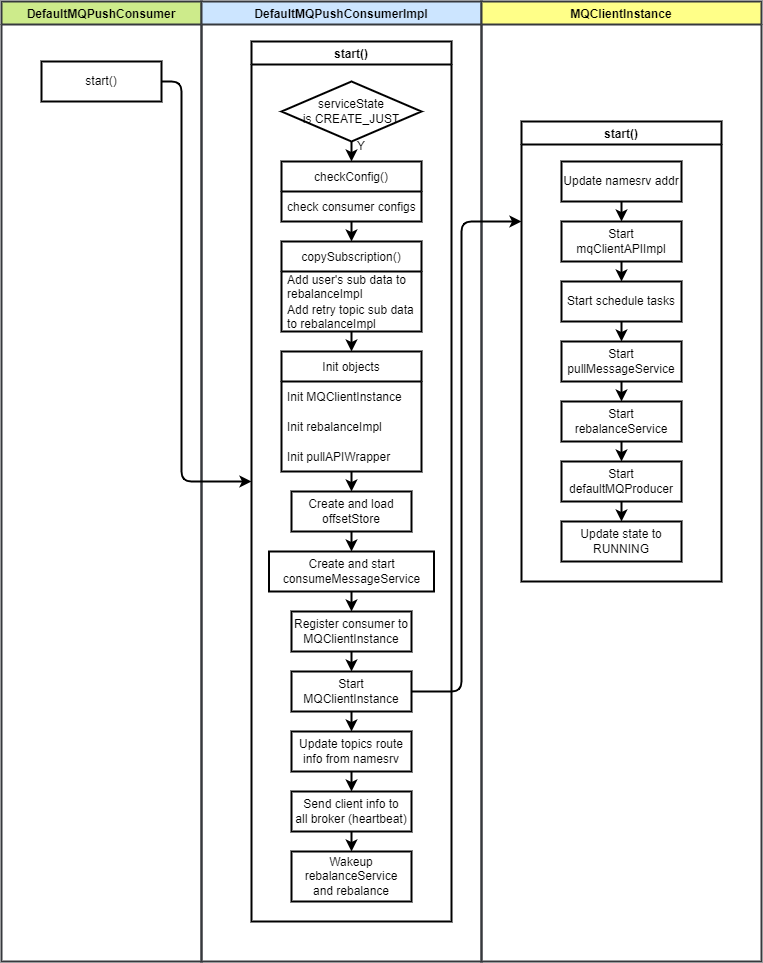
The draw.io diagram assets/rocketmq-consume-message/rocketmq-push-consumer-startup.drawio.png in HScarb/knowledge, before a commit. Source tidied: cells renumbered, new cells last; positions are measured from the earlier drawing's top-left corner, leaving out a move shared by most shapes.
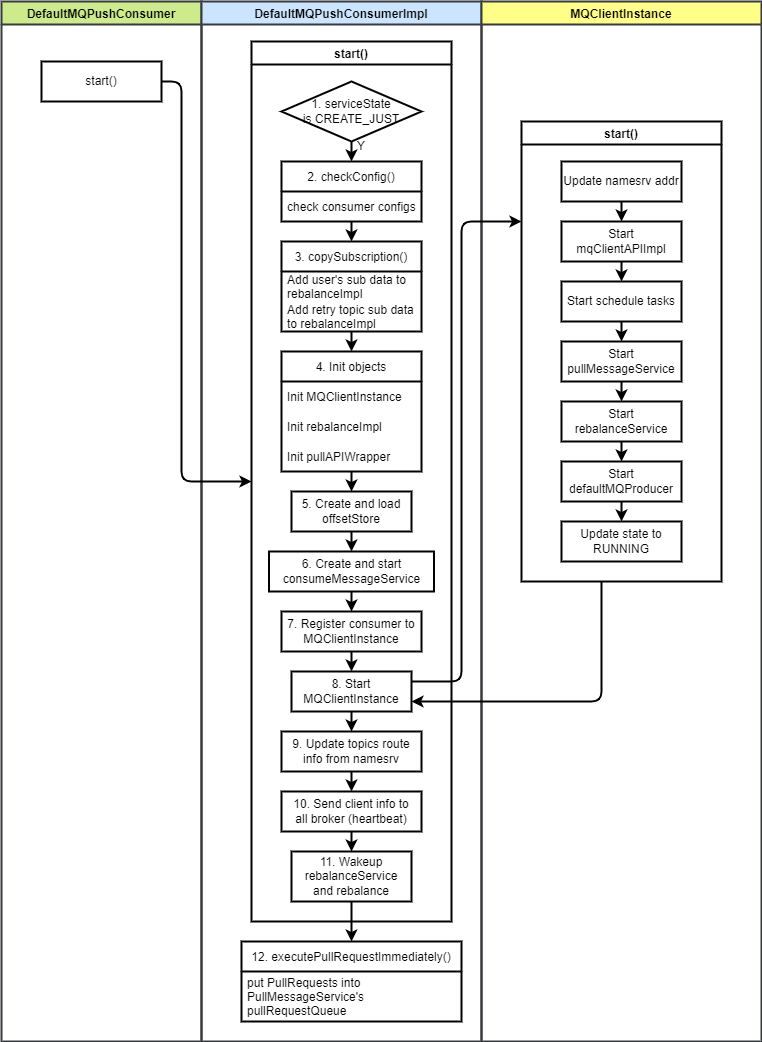
After the change.

Change to the diagram source:
```diff
@@ -3,13 +3,13 @@
     <mxCell id="0" />
     <mxCell id="1" parent="0" />
     <mxCell id="2" value="DefaultMQPushConsumer" style="swimlane;strokeWidth=2;fillColor=#cdeb8b;strokeColor=#36393d;" parent="1" vertex="1">
-      <mxGeometry width="200" height="960" as="geometry" />
+      <mxGeometry width="200" height="1040" as="geometry" />
     </mxCell>
     <mxCell id="3" value="start()" style="rounded=0;whiteSpace=wrap;html=1;strokeWidth=2;" parent="2" vertex="1">
       <mxGeometry x="40" y="60" width="120" height="40" as="geometry" />
     </mxCell>
     <mxCell id="4" value="DefaultMQPushConsumerImpl" style="swimlane;strokeWidth=2;fillColor=#cce5ff;strokeColor=#36393d;" parent="1" vertex="1">
-      <mxGeometry x="200" width="280" height="960" as="geometry" />
+      <mxGeometry x="200" width="280" height="1040" as="geometry" />
     </mxCell>
     <mxCell id="5" value="start()" style="swimlane;strokeWidth=2;" parent="4" vertex="1">
       <mxGeometry x="50" y="40" width="200" height="880" as="geometry" />
@@ -17,13 +17,13 @@
     <mxCell id="6" style="edgeStyle=orthogonalEdgeStyle;html=1;strokeWidth=2;" parent="5" edge="1" source="7" target="9">
       <mxGeometry relative="1" as="geometry" />
     </mxCell>
-    <mxCell id="7" value="serviceState&lt;br&gt;is CREATE_JUST" style="rhombus;whiteSpace=wrap;html=1;strokeWidth=2;" parent="5" vertex="1">
+    <mxCell id="7" value="1. serviceState&lt;br&gt;is CREATE_JUST" style="rhombus;whiteSpace=wrap;html=1;strokeWidth=2;" parent="5" vertex="1">
       <mxGeometry x="30" y="40" width="140" height="60" as="geometry" />
     </mxCell>
     <mxCell id="8" style="edgeStyle=orthogonalEdgeStyle;html=1;entryX=0.5;entryY=0;entryDx=0;entryDy=0;strokeWidth=2;" parent="5" edge="1" source="9" target="12">
       <mxGeometry relative="1" as="geometry" />
     </mxCell>
-    <mxCell id="9" value="checkConfig()" style="swimlane;fontStyle=0;horizontal=1;startSize=30;strokeWidth=2;" parent="5" vertex="1">
+    <mxCell id="9" value="2. checkConfig()" style="swimlane;fontStyle=0;horizontal=1;startSize=30;strokeWidth=2;" parent="5" vertex="1">
       <mxGeometry x="30" y="120" width="140" height="60" as="geometry" />
     </mxCell>
     <mxCell id="10" value="check consumer configs" style="text;strokeColor=none;fillColor=none;align=left;verticalAlign=middle;spacingLeft=4;spacingRight=4;overflow=hidden;strokeWidth=2;" parent="9" vertex="1">
@@ -32,7 +32,7 @@
     <mxCell id="11" style="edgeStyle=orthogonalEdgeStyle;html=1;strokeWidth=2;" parent="5" edge="1" source="12" target="16">
       <mxGeometry relative="1" as="geometry" />
     </mxCell>
-    <mxCell id="12" value="copySubscription()" style="swimlane;fontStyle=0;horizontal=1;startSize=30;strokeWidth=2;" parent="5" vertex="1">
+    <mxCell id="12" value="3. copySubscription()" style="swimlane;fontStyle=0;horizontal=1;startSize=30;strokeWidth=2;" parent="5" vertex="1">
       <mxGeometry x="30" y="200" width="140" height="90" as="geometry" />
     </mxCell>
     <mxCell id="13" value="Add user's sub data to &#10;rebalanceImpl" style="text;strokeColor=none;fillColor=none;align=left;verticalAlign=middle;spacingLeft=4;spacingRight=4;overflow=hidden;strokeWidth=2;" parent="12" vertex="1">
@@ -44,7 +44,7 @@
     <mxCell id="15" style="edgeStyle=orthogonalEdgeStyle;html=1;strokeWidth=2;" parent="5" edge="1" source="16" target="21">
       <mxGeometry relative="1" as="geometry" />
     </mxCell>
-    <mxCell id="16" value="Init objects" style="swimlane;fontStyle=0;horizontal=1;startSize=30;strokeWidth=2;" parent="5" vertex="1">
+    <mxCell id="16" value="4. Init objects" style="swimlane;fontStyle=0;horizontal=1;startSize=30;strokeWidth=2;" parent="5" vertex="1">
       <mxGeometry x="30" y="310" width="140" height="120" as="geometry" />
     </mxCell>
     <mxCell id="17" value="Init MQClientInstance" style="text;strokeColor=none;fillColor=none;align=left;verticalAlign=middle;spacingLeft=4;spacingRight=4;overflow=hidden;strokeWidth=2;" parent="16" vertex="1">
@@ -59,47 +59,56 @@
     <mxCell id="20" style="edgeStyle=orthogonalEdgeStyle;html=1;strokeWidth=2;" parent="5" edge="1" source="21" target="23">
       <mxGeometry relative="1" as="geometry" />
     </mxCell>
-    <mxCell id="21" value="Create and load&lt;br&gt;offsetStore" style="rounded=0;whiteSpace=wrap;html=1;strokeWidth=2;" parent="5" vertex="1">
+    <mxCell id="21" value="5. Create and load&lt;br&gt;offsetStore" style="rounded=0;whiteSpace=wrap;html=1;strokeWidth=2;" parent="5" vertex="1">
       <mxGeometry x="40" y="450" width="120" height="40" as="geometry" />
     </mxCell>
     <mxCell id="22" style="edgeStyle=orthogonalEdgeStyle;html=1;strokeWidth=2;" parent="5" edge="1" source="23" target="25">
       <mxGeometry relative="1" as="geometry" />
     </mxCell>
-    <mxCell id="23" value="Create and start&lt;br&gt;consumeMessageService" style="rounded=0;whiteSpace=wrap;html=1;strokeWidth=2;" parent="5" vertex="1">
+    <mxCell id="23" value="6. Create and start&lt;br&gt;consumeMessageService" style="rounded=0;whiteSpace=wrap;html=1;strokeWidth=2;" parent="5" vertex="1">
       <mxGeometry x="17.5" y="510" width="165" height="40" as="geometry" />
     </mxCell>
     <mxCell id="24" style="edgeStyle=orthogonalEdgeStyle;html=1;strokeWidth=2;" parent="5" edge="1" source="25" target="27">
       <mxGeometry relative="1" as="geometry" />
     </mxCell>
-    <mxCell id="25" value="Register consumer to&lt;br&gt;MQClientInstance" style="rounded=0;whiteSpace=wrap;html=1;strokeWidth=2;" parent="5" vertex="1">
-      <mxGeometry x="40" y="570" width="120" height="40" as="geometry" />
+    <mxCell id="25" value="7. Register consumer to&lt;br&gt;MQClientInstance" style="rounded=0;whiteSpace=wrap;html=1;strokeWidth=2;" parent="5" vertex="1">
+      <mxGeometry x="30" y="570" width="140" height="40" as="geometry" />
     </mxCell>
     <mxCell id="26" style="edgeStyle=orthogonalEdgeStyle;html=1;strokeWidth=2;" parent="5" edge="1" source="27" target="29">
       <mxGeometry relative="1" as="geometry" />
     </mxCell>
-    <mxCell id="27" value="Start MQClientInstance" style="rounded=0;whiteSpace=wrap;html=1;strokeWidth=2;" parent="5" vertex="1">
+    <mxCell id="27" value="8. Start MQClientInstance" style="rounded=0;whiteSpace=wrap;html=1;strokeWidth=2;" parent="5" vertex="1">
       <mxGeometry x="40" y="630" width="120" height="40" as="geometry" />
     </mxCell>
     <mxCell id="28" style="edgeStyle=orthogonalEdgeStyle;html=1;strokeWidth=2;" parent="5" edge="1" source="29" target="31">
       <mxGeometry relative="1" as="geometry" />
     </mxCell>
-    <mxCell id="29" value="Update topics route&lt;br&gt;info from namesrv" style="rounded=0;whiteSpace=wrap;html=1;strokeWidth=2;" parent="5" vertex="1">
-      <mxGeometry x="40" y="690" width="120" height="40" as="geometry" />
+    <mxCell id="29" value="9. Update topics route&lt;br&gt;info from namesrv" style="rounded=0;whiteSpace=wrap;html=1;strokeWidth=2;" parent="5" vertex="1">
+      <mxGeometry x="30" y="690" width="140" height="40" as="geometry" />
     </mxCell>
     <mxCell id="30" style="edgeStyle=orthogonalEdgeStyle;html=1;strokeWidth=2;" parent="5" edge="1" source="31" target="32">
       <mxGeometry relative="1" as="geometry" />
     </mxCell>
-    <mxCell id="31" value="Send client info to&lt;br&gt;all broker (heartbeat)" style="rounded=0;whiteSpace=wrap;html=1;strokeWidth=2;" parent="5" vertex="1">
-      <mxGeometry x="40" y="750" width="120" height="40" as="geometry" />
+    <mxCell id="31" value="10. Send client info to&lt;br&gt;all broker (heartbeat)" style="rounded=0;whiteSpace=wrap;html=1;strokeWidth=2;" parent="5" vertex="1">
+      <mxGeometry x="30" y="750" width="140" height="40" as="geometry" />
     </mxCell>
-    <mxCell id="32" value="Wakeup rebalanceService&lt;br&gt;and rebalance" style="rounded=0;whiteSpace=wrap;html=1;strokeWidth=2;" parent="5" vertex="1">
+    <mxCell id="32" value="11. Wakeup rebalanceService&lt;br&gt;and rebalance" style="rounded=0;whiteSpace=wrap;html=1;strokeWidth=2;" parent="5" vertex="1">
       <mxGeometry x="40" y="810" width="120" height="50" as="geometry" />
     </mxCell>
     <mxCell id="33" value="Y" style="text;html=1;strokeColor=none;fillColor=none;align=center;verticalAlign=middle;whiteSpace=wrap;rounded=0;" parent="5" vertex="1">
       <mxGeometry x="100" y="90" width="20" height="30" as="geometry" />
     </mxCell>
+    <mxCell id="51" value="12. executePullRequestImmediately()" style="swimlane;fontStyle=0;horizontal=1;startSize=30;strokeWidth=2;" parent="4" vertex="1">
+      <mxGeometry x="40" y="940" width="220" height="80" as="geometry" />
+    </mxCell>
+    <mxCell id="52" value="put PullRequests into &#10;PullMessageService's &#10;pullRequestQueue" style="text;strokeColor=none;fillColor=none;align=left;verticalAlign=middle;spacingLeft=4;spacingRight=4;overflow=hidden;" parent="51" vertex="1">
+      <mxGeometry y="30" width="220" height="50" as="geometry" />
+    </mxCell>
+    <mxCell id="53" style="edgeStyle=none;html=1;strokeWidth=2;" parent="4" edge="1" source="32" target="51">
+      <mxGeometry relative="1" as="geometry" />
+    </mxCell>
     <mxCell id="34" value="MQClientInstance" style="swimlane;strokeWidth=2;fillColor=#ffff88;strokeColor=#36393d;" parent="1" vertex="1">
-      <mxGeometry x="480" width="280" height="960" as="geometry" />
+      <mxGeometry x="480" width="280" height="1040" as="geometry" />
     </mxCell>
     <mxCell id="35" value="start()" style="swimlane;strokeWidth=2;" parent="34" vertex="1">
       <mxGeometry x="40" y="120" width="200" height="460" as="geometry" />
@@ -146,7 +155,7 @@
     <mxCell id="49" style="edgeStyle=orthogonalEdgeStyle;html=1;strokeWidth=2;" parent="1" edge="1" source="27" target="35">
       <mxGeometry relative="1" as="geometry">
         <Array as="points">
-          <mxPoint x="460" y="690" />
+          <mxPoint x="460" y="680" />
           <mxPoint x="460" y="220" />
         </Array>
       </mxGeometry>
@@ -159,5 +168,12 @@
         </Array>
       </mxGeometry>
     </mxCell>
+    <mxCell id="54" style="edgeStyle=orthogonalEdgeStyle;html=1;strokeWidth=2;" parent="1" edge="1" source="35" target="27">
+      <mxGeometry relative="1" as="geometry">
+        <Array as="points">
+          <mxPoint x="600" y="700" />
+        </Array>
+      </mxGeometry>
+    </mxCell>
   </root>
 </mxGraphModel>
```
